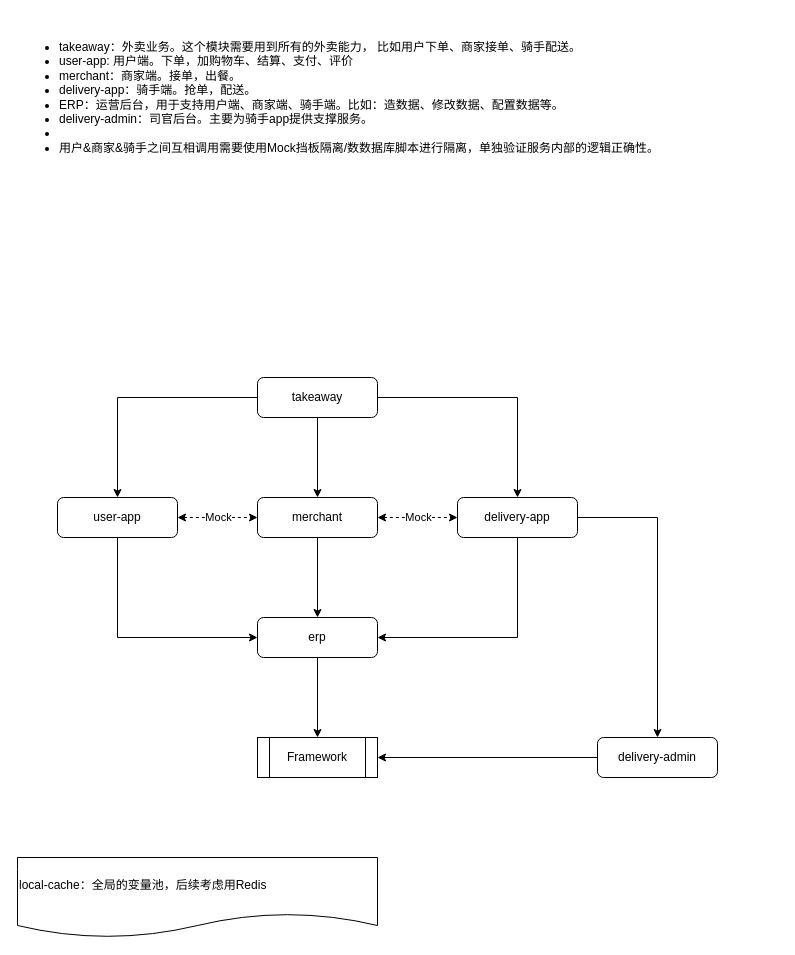
Above: page "测试用例依赖关系图" (6 of 6) of docs/HP业务梳理.drawio in pan444909312/automation (draw.io), before the change. Source tidied: cells renumbered, new cells numbered last; positions are measured from the earlier drawing's top-left corner, leaving out a move shared by most shapes. Both pictures are drawn from the tidied source at 100%, with x=0, y=0 at pixel (17, 17).
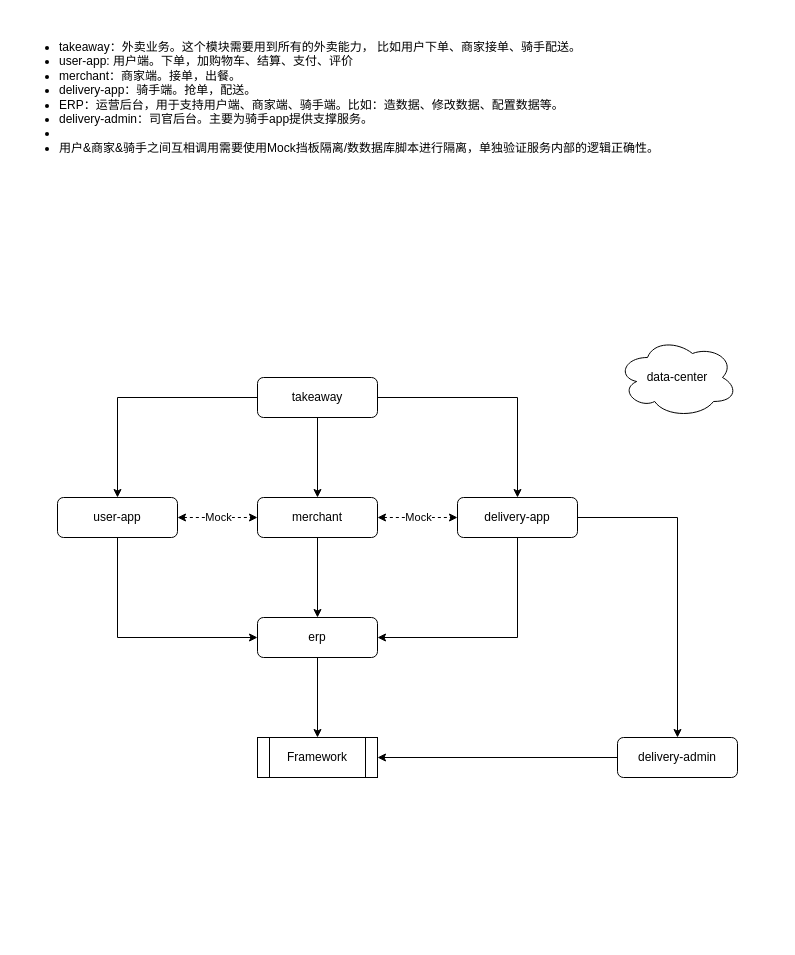
The same page after the edit.

Diff of the diagram source:
```diff
@@
     <mxCell id="17" value="delivery-admin" style="rounded=1;whiteSpace=wrap;html=1;" parent="1" vertex="1">
-      <mxGeometry x="580" y="720" width="120" height="40" as="geometry" />
+      <mxGeometry x="600" y="720" width="120" height="40" as="geometry" />
     </mxCell>
@@
-    <mxCell id="23" value="local-cache：全局的变量池，后续考虑用Redis" style="shape=document;whiteSpace=wrap;html=1;boundedLbl=1;align=left;" parent="1" vertex="1">
-      <mxGeometry y="840" width="360" height="80" as="geometry" />
-    </mxCell>
+    <mxCell id="24" value="data-center" style="ellipse;shape=cloud;whiteSpace=wrap;html=1;" parent="1" vertex="1">
+      <mxGeometry x="600" y="320" width="120" height="80" as="geometry" />
+    </mxCell>
```
